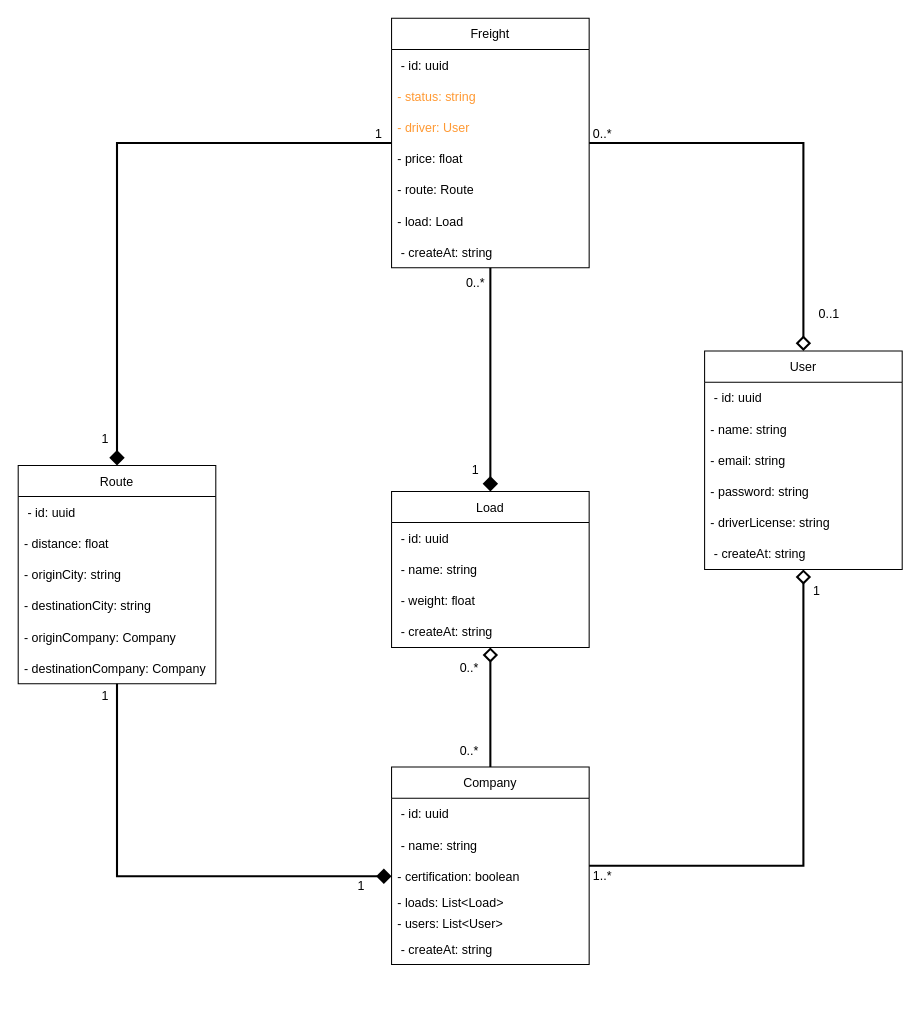
The draw.io diagram page "Diagrama de Clase" (1 of 2) of backend/diagramaDeClasse-TecnologiaEmDesenvolvimentoDeSistemas.drawio in rafaelomodei/meufrete, before the edit. Source tidied: cells renumbered, new cells numbered last; positions are measured from the earlier drawing's top-left corner, leaving out a move shared by most shapes. Both pictures are drawn from the tidied source at 104%, with x=0, y=0 at pixel (18, 18).
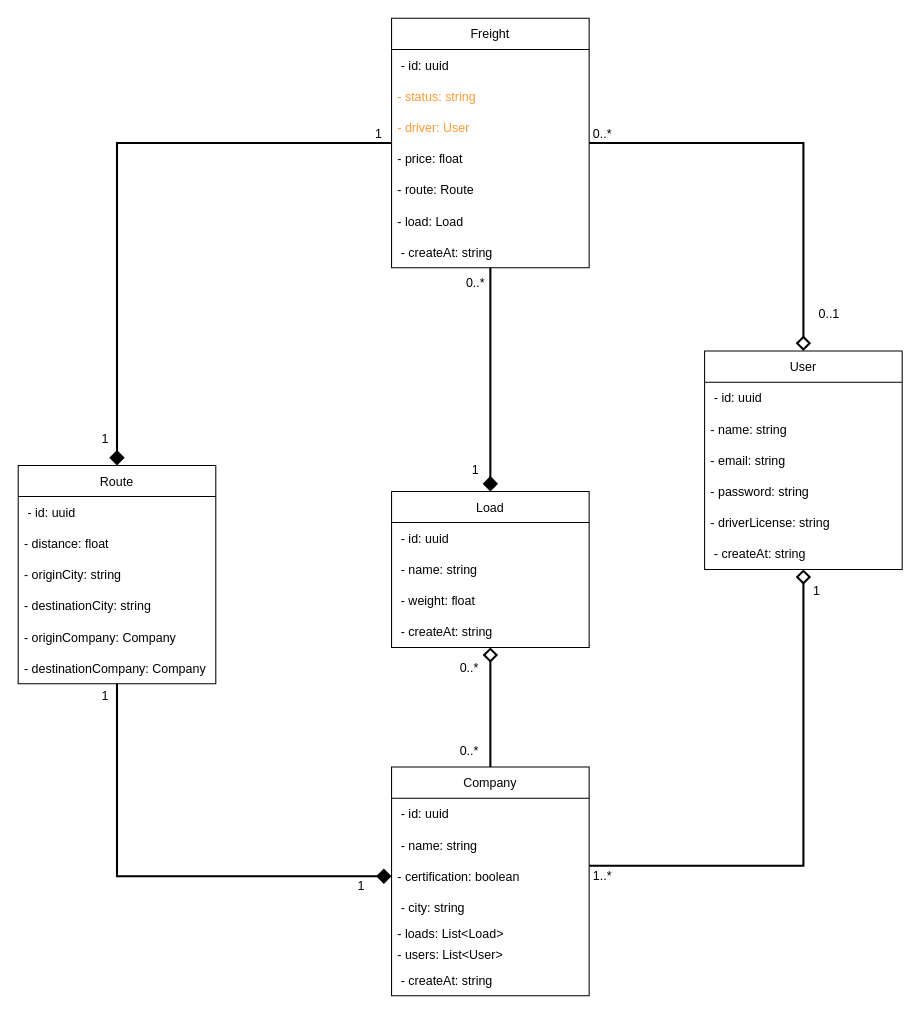
Above is the later version.

Diff of the diagram source:
```diff
@@
     <mxCell id="4" value="Company" style="swimlane;fontStyle=0;horizontal=1;startSize=30;" parent="1" vertex="1">
-      <mxGeometry x="359" y="720" width="190" height="190" as="geometry" />
+      <mxGeometry x="359" y="720" width="190" height="220" as="geometry" />
     </mxCell>
@@
+    <mxCell id="54" value=" - city: string" style="text;strokeColor=none;fillColor=none;align=left;verticalAlign=middle;spacingLeft=4;spacingRight=4;overflow=hidden;" parent="4" vertex="1">
+      <mxGeometry y="120" width="190" height="30" as="geometry" />
+    </mxCell>
     <mxCell id="8" value="- loads: List&lt;Load&gt;" style="text;strokeColor=none;fillColor=none;align=left;verticalAlign=middle;spacingLeft=4;spacingRight=4;overflow=hidden;" parent="4" vertex="1">
-      <mxGeometry y="120" width="190" height="20" as="geometry" />
+      <mxGeometry y="150" width="190" height="20" as="geometry" />
     </mxCell>
     <mxCell id="9" value="- users: List&lt;User&gt;" style="text;strokeColor=none;fillColor=none;align=left;verticalAlign=middle;spacingLeft=4;spacingRight=4;overflow=hidden;" parent="4" vertex="1">
-      <mxGeometry y="140" width="190" height="20" as="geometry" />
+      <mxGeometry y="170" width="190" height="20" as="geometry" />
     </mxCell>
     <mxCell id="10" value=" - createAt: string" style="text;strokeColor=none;fillColor=none;align=left;verticalAlign=middle;spacingLeft=4;spacingRight=4;overflow=hidden;" parent="4" vertex="1">
-      <mxGeometry y="160" width="190" height="30" as="geometry" />
+      <mxGeometry y="190" width="190" height="30" as="geometry" />
     </mxCell>
```
